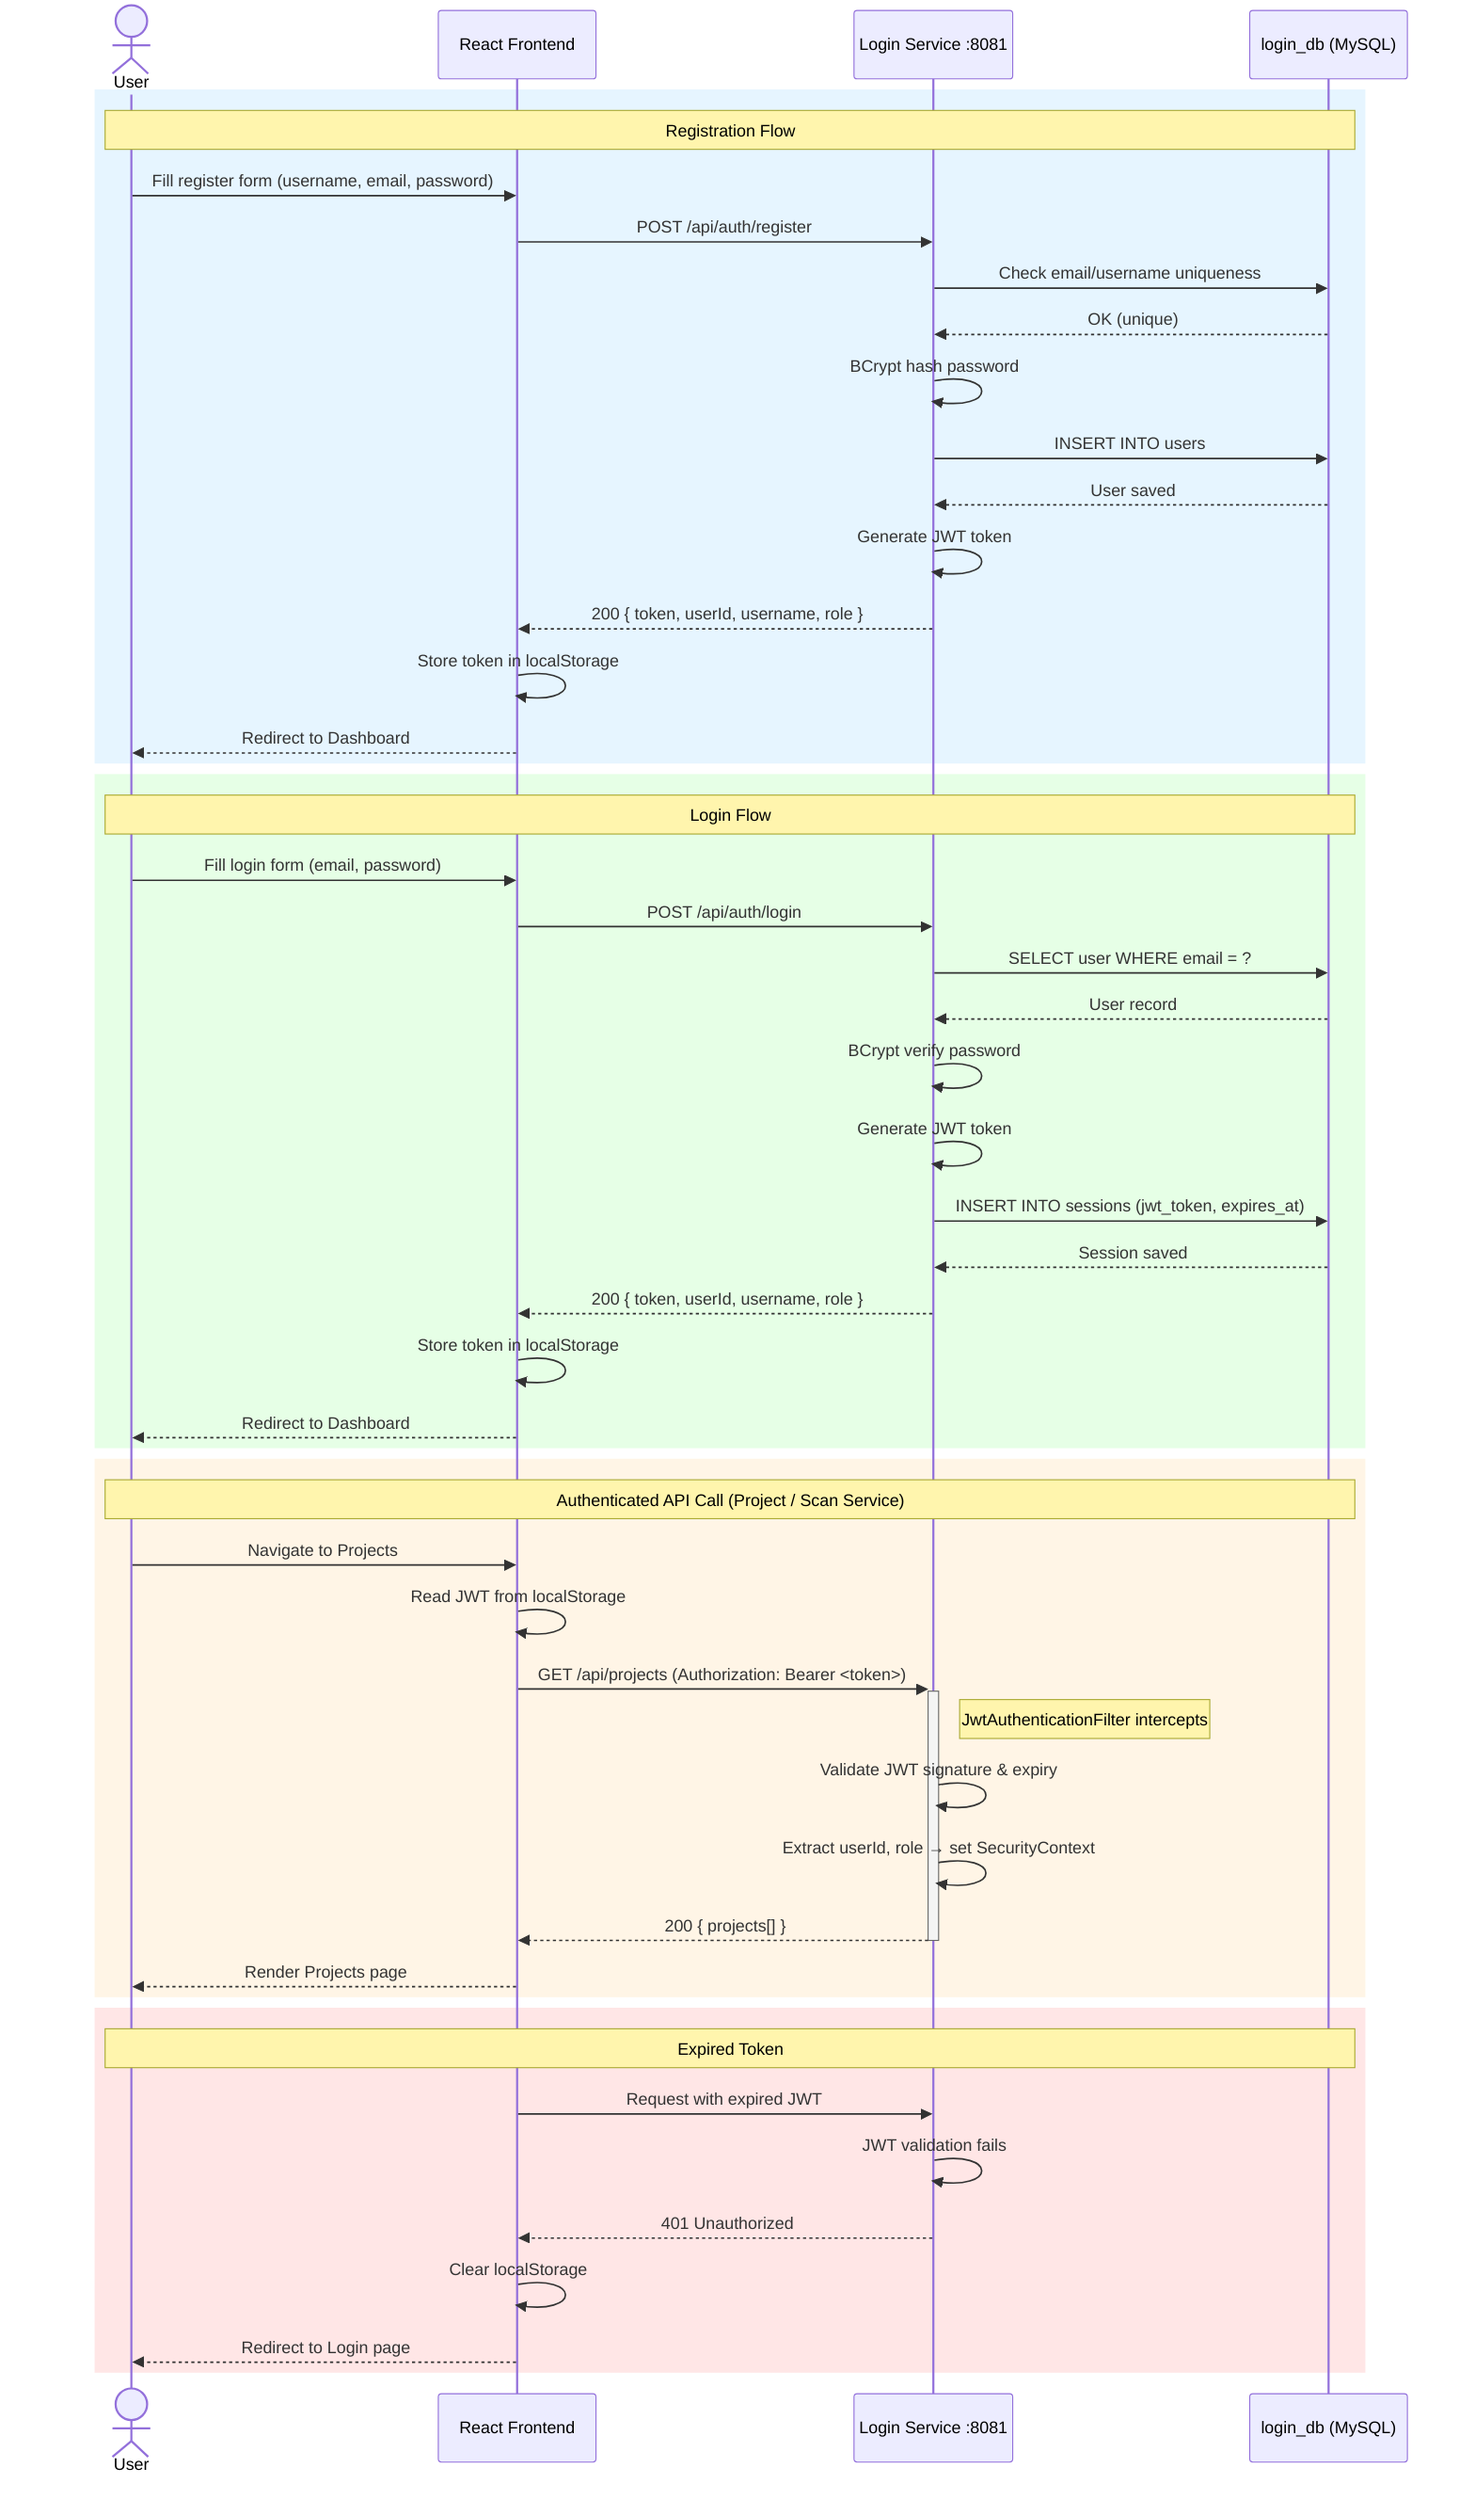
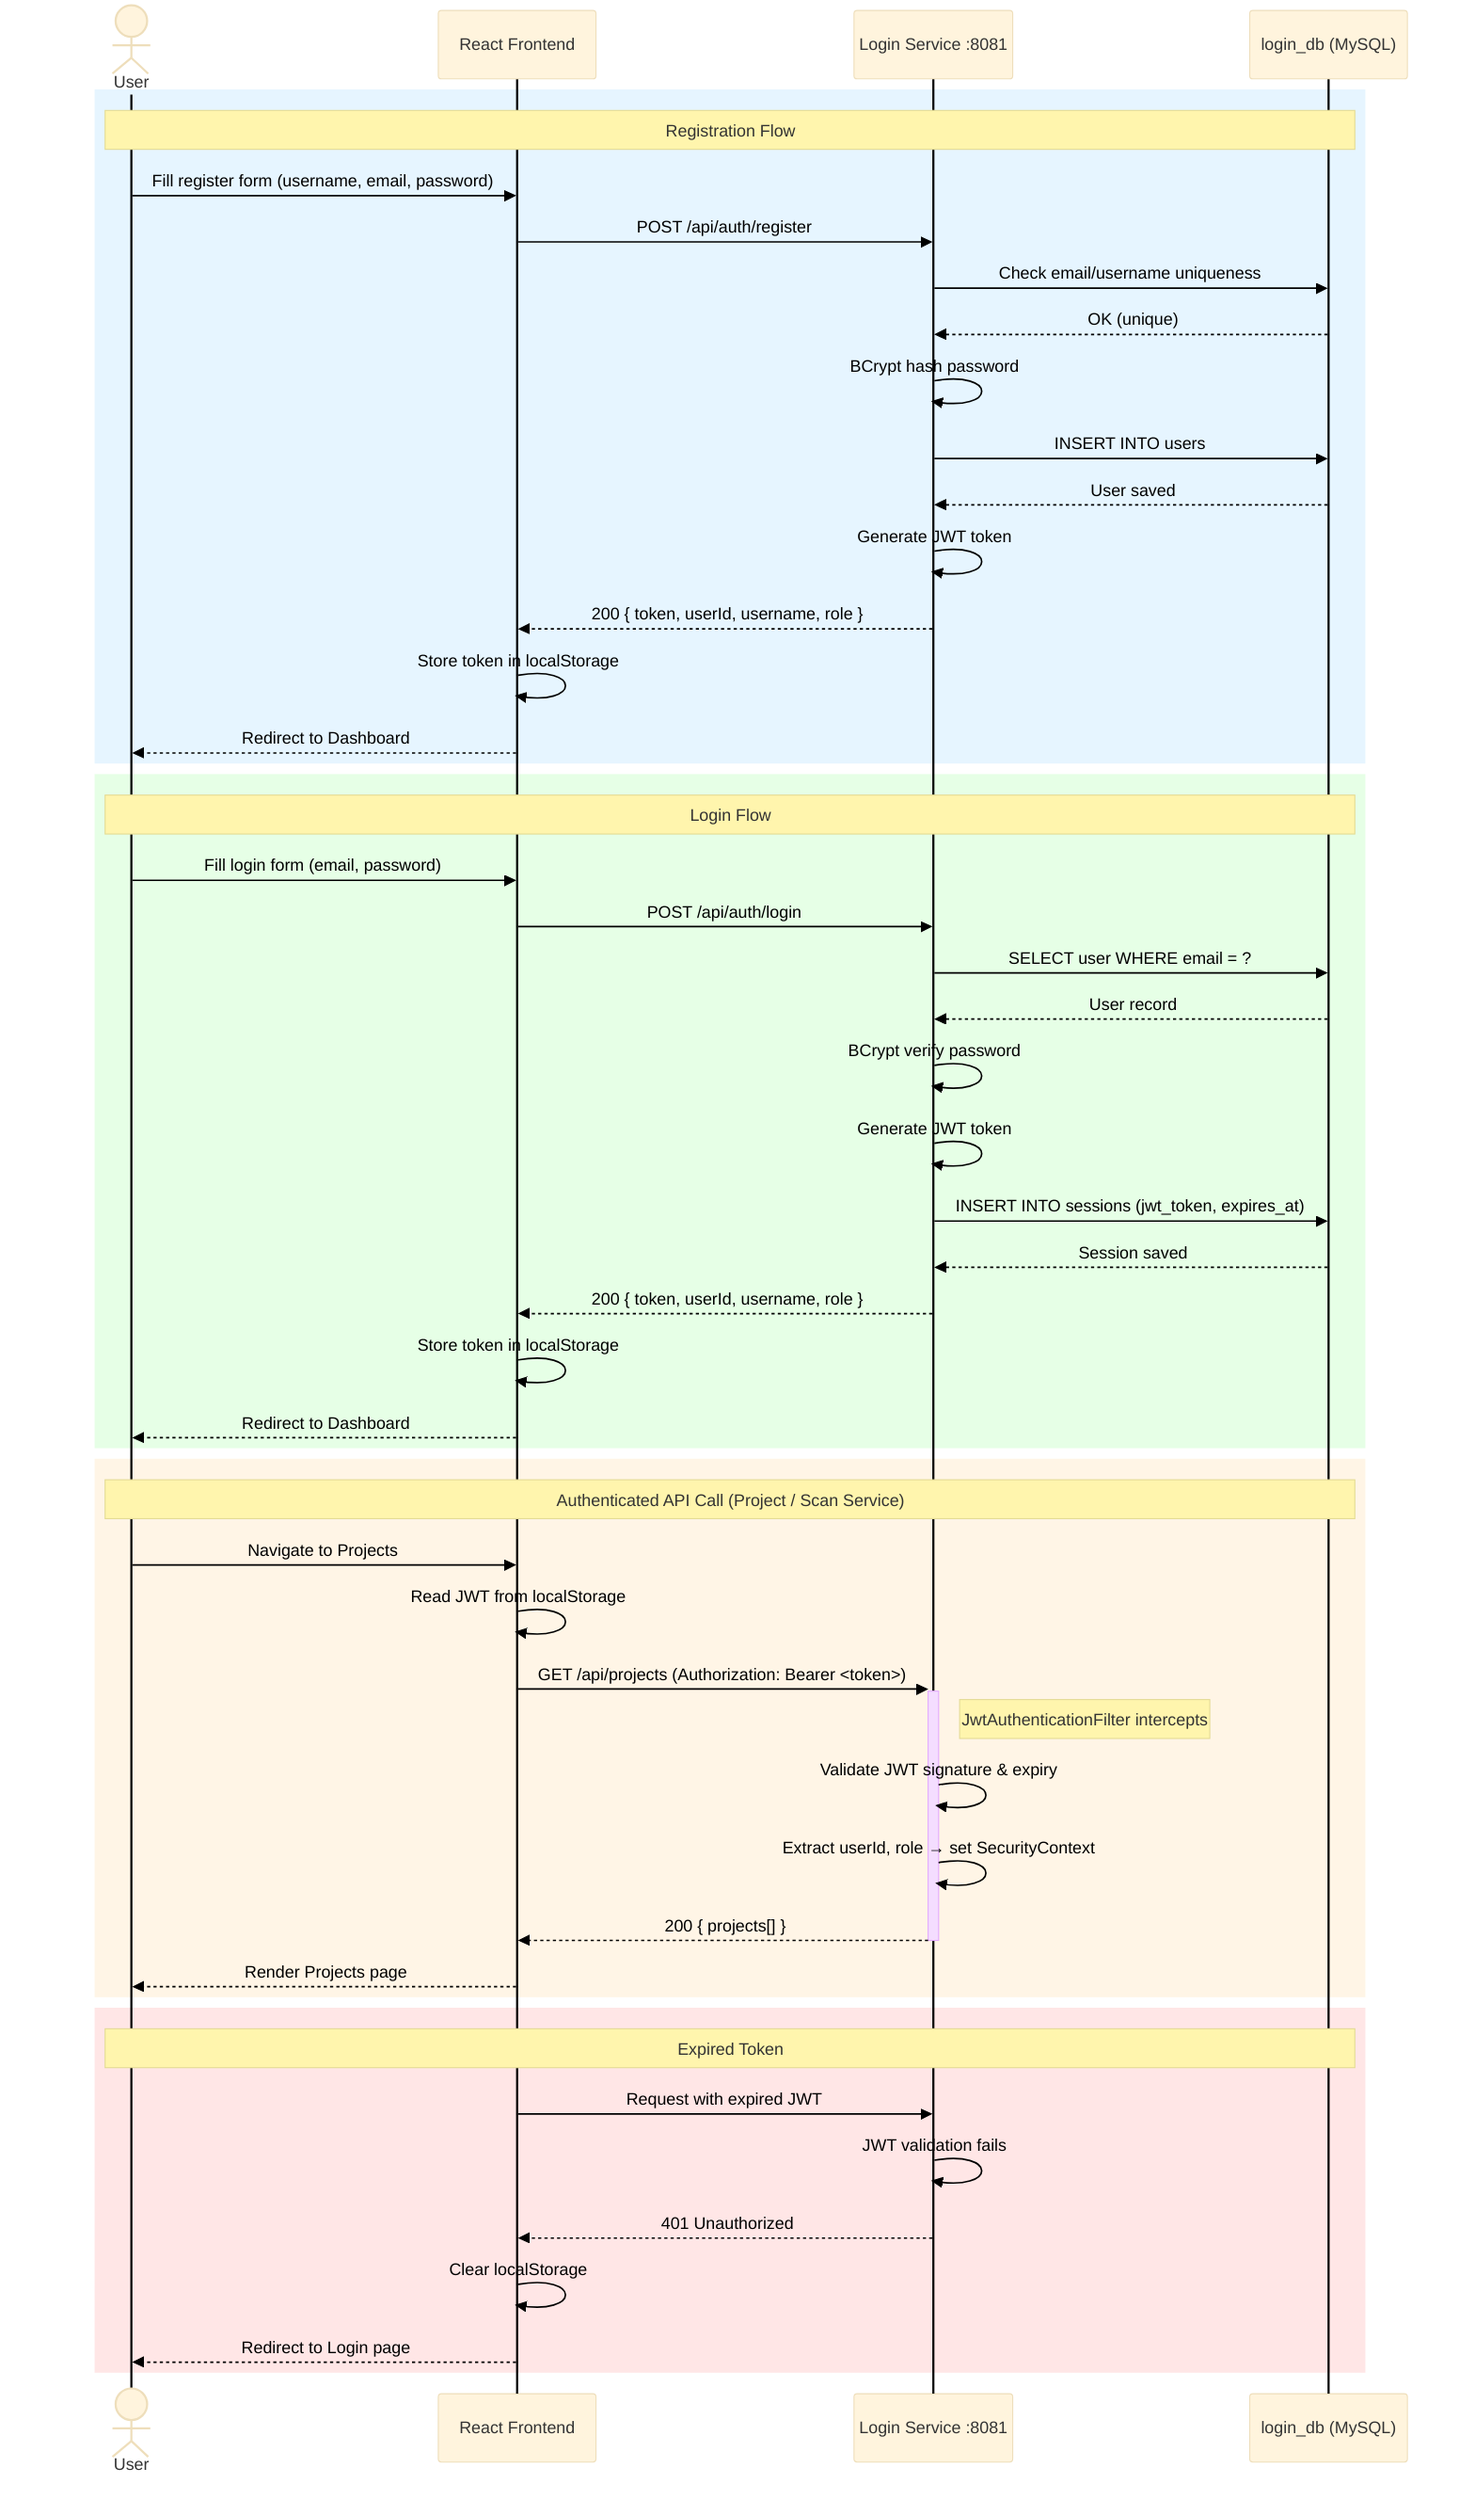
+ %%{init: {'theme': 'base', 'themeVariables': {'lineColor': '#000000', 'actorLineColor': '#000000', 'signalColor': '#000000', 'signalTextColor': '#000000'}}}%%
sequenceDiagram
    actor User
    participant FE as React Frontend
    participant LS as Login Service :8081
    participant DB as login_db (MySQL)

    %% Registration
    rect rgb(230, 245, 255)
        Note over User,DB: Registration Flow
        User->>FE: Fill register form (username, email, password)
        FE->>LS: POST /api/auth/register
        LS->>DB: Check email/username uniqueness
        DB-->>LS: OK (unique)
        LS->>LS: BCrypt hash password
        LS->>DB: INSERT INTO users
        DB-->>LS: User saved
        LS->>LS: Generate JWT token
        LS-->>FE: 200 { token, userId, username, role }
        FE->>FE: Store token in localStorage
        FE-->>User: Redirect to Dashboard
    end

    %% Login
    rect rgb(230, 255, 230)
        Note over User,DB: Login Flow
        User->>FE: Fill login form (email, password)
        FE->>LS: POST /api/auth/login
        LS->>DB: SELECT user WHERE email = ?
        DB-->>LS: User record
        LS->>LS: BCrypt verify password
        LS->>LS: Generate JWT token
        LS->>DB: INSERT INTO sessions (jwt_token, expires_at)
        DB-->>LS: Session saved
        LS-->>FE: 200 { token, userId, username, role }
        FE->>FE: Store token in localStorage
        FE-->>User: Redirect to Dashboard
    end

    %% Authenticated Request
    rect rgb(255, 245, 230)
        Note over User,DB: Authenticated API Call (Project / Scan Service)
        User->>FE: Navigate to Projects
        FE->>FE: Read JWT from localStorage
        FE->>+LS: GET /api/projects (Authorization: Bearer <token>)
        Note right of LS: JwtAuthenticationFilter intercepts
        LS->>LS: Validate JWT signature & expiry
        LS->>LS: Extract userId, role → set SecurityContext
        LS-->>-FE: 200 { projects[] }
        FE-->>User: Render Projects page
    end

    %% Token Expiry
    rect rgb(255, 230, 230)
        Note over User,DB: Expired Token
        FE->>LS: Request with expired JWT
        LS->>LS: JWT validation fails
        LS-->>FE: 401 Unauthorized
        FE->>FE: Clear localStorage
        FE-->>User: Redirect to Login page
    end
